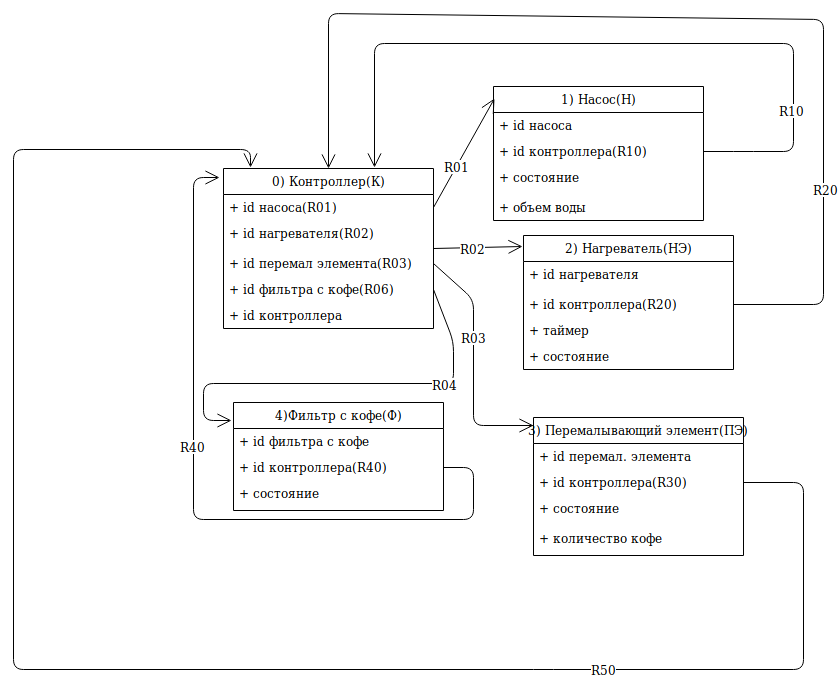
This is oop/oop5/ER.png from ansushina/sem4, a draw.io export, as it was before one commit. Source tidied: cells renumbered, new cells last; positions are measured from the earlier drawing's top-left corner, leaving out a move shared by most shapes.
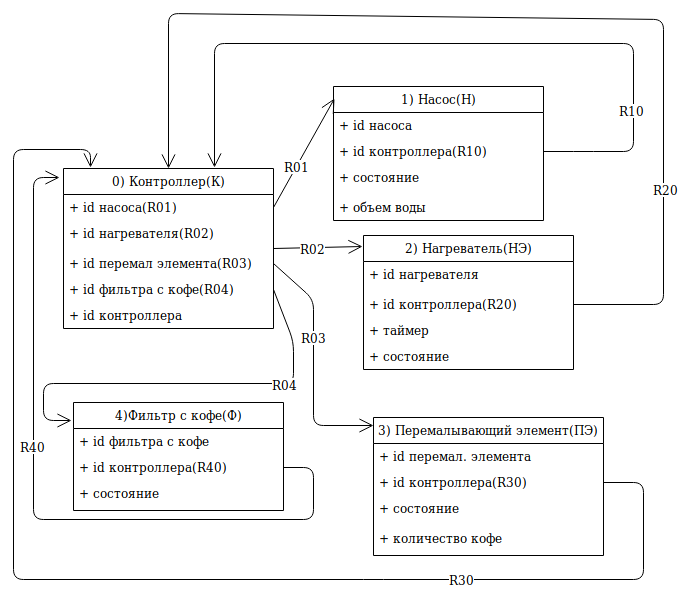
After the commit.

What changed in the source:
```diff
@@ -14,7 +14,7 @@
     <mxCell id="5" value="+ id перемал элемента(R03)" style="text;strokeColor=none;fillColor=none;align=left;verticalAlign=top;spacingLeft=4;spacingRight=4;overflow=hidden;points=[[0,0.5],[1,0.5]];portConstraint=eastwest;" parent="2" vertex="1">
       <mxGeometry y="82" width="210" height="26" as="geometry" />
     </mxCell>
-    <mxCell id="6" value="+ id фильтра с кофе(R06)" style="text;strokeColor=none;fillColor=none;align=left;verticalAlign=top;spacingLeft=4;spacingRight=4;overflow=hidden;points=[[0,0.5],[1,0.5]];portConstraint=eastwest;" parent="2" vertex="1">
+    <mxCell id="6" value="+ id фильтра с кофе(R04)" style="text;strokeColor=none;fillColor=none;align=left;verticalAlign=top;spacingLeft=4;spacingRight=4;overflow=hidden;points=[[0,0.5],[1,0.5]];portConstraint=eastwest;" parent="2" vertex="1">
       <mxGeometry y="108" width="210" height="26" as="geometry" />
     </mxCell>
     <mxCell id="7" value="+ id контроллера" style="text;strokeColor=none;fillColor=none;align=left;verticalAlign=top;spacingLeft=4;spacingRight=4;overflow=hidden;" parent="2" vertex="1">
@@ -128,19 +128,19 @@
       <mxGeometry x="0.19" y="1" relative="1" as="geometry" />
     </mxCell>
     <mxCell id="34" value="3) Перемалывающий элемент(ПЭ)" style="swimlane;fontStyle=0;horizontal=1;startSize=26;fillColor=none;" parent="1" vertex="1">
-      <mxGeometry x="520" y="404" width="210" height="138" as="geometry" />
+      <mxGeometry x="520" y="404" width="230" height="138" as="geometry" />
     </mxCell>
     <mxCell id="35" value="+ id перемал. элемента" style="text;strokeColor=none;fillColor=none;align=left;verticalAlign=top;spacingLeft=4;spacingRight=4;overflow=hidden;" parent="34" vertex="1">
-      <mxGeometry y="26" width="210" height="26" as="geometry" />
+      <mxGeometry y="26" width="230" height="26" as="geometry" />
     </mxCell>
     <mxCell id="36" value="+ id контроллера(R30)" style="text;strokeColor=none;fillColor=none;align=left;verticalAlign=top;spacingLeft=4;spacingRight=4;overflow=hidden;points=[[0,0.5],[1,0.5]];portConstraint=eastwest;" parent="34" vertex="1">
-      <mxGeometry y="52" width="210" height="26" as="geometry" />
+      <mxGeometry y="52" width="230" height="26" as="geometry" />
     </mxCell>
     <mxCell id="37" value="+ состояние" style="text;strokeColor=none;fillColor=none;align=left;verticalAlign=top;spacingLeft=4;spacingRight=4;overflow=hidden;" parent="34" vertex="1">
-      <mxGeometry y="78" width="210" height="30" as="geometry" />
+      <mxGeometry y="78" width="230" height="30" as="geometry" />
     </mxCell>
     <mxCell id="38" value="+ количество кофе" style="text;strokeColor=none;fillColor=none;align=left;verticalAlign=top;spacingLeft=4;spacingRight=4;overflow=hidden;" parent="34" vertex="1">
-      <mxGeometry y="108" width="210" height="30" as="geometry" />
+      <mxGeometry y="108" width="230" height="30" as="geometry" />
     </mxCell>
     <mxCell id="39" style="endArrow=open;endFill=1;endSize=12;html=1;exitX=1;exitY=0.5;exitDx=0;exitDy=0;entryX=0;entryY=0.058;entryDx=0;entryDy=0;entryPerimeter=0;" parent="1" edge="1" source="5" target="34">
       <mxGeometry relative="1" as="geometry">
@@ -157,15 +157,15 @@
       <mxGeometry relative="1" as="geometry">
         <Array as="points">
           <mxPoint x="790" y="469" />
-          <mxPoint x="790" y="656" />
-          <mxPoint x="530" y="656" />
-          <mxPoint y="656" />
-          <mxPoint y="136" />
+          <mxPoint x="790" y="566" />
+          <mxPoint x="520" y="566" />
+          <mxPoint x="160" y="566" />
+          <mxPoint x="160" y="136" />
           <mxPoint x="237" y="136" />
         </Array>
       </mxGeometry>
     </mxCell>
-    <mxCell id="42" value="R50" style="text;html=1;align=center;verticalAlign=middle;labelBackgroundColor=#ffffff;" parent="41" vertex="1">
+    <mxCell id="42" value="R30" style="text;html=1;align=center;verticalAlign=middle;labelBackgroundColor=#ffffff;" parent="41" vertex="1">
       <mxGeometry x="-0.51" y="-1" relative="1" as="geometry" />
     </mxCell>
   </root>
```
